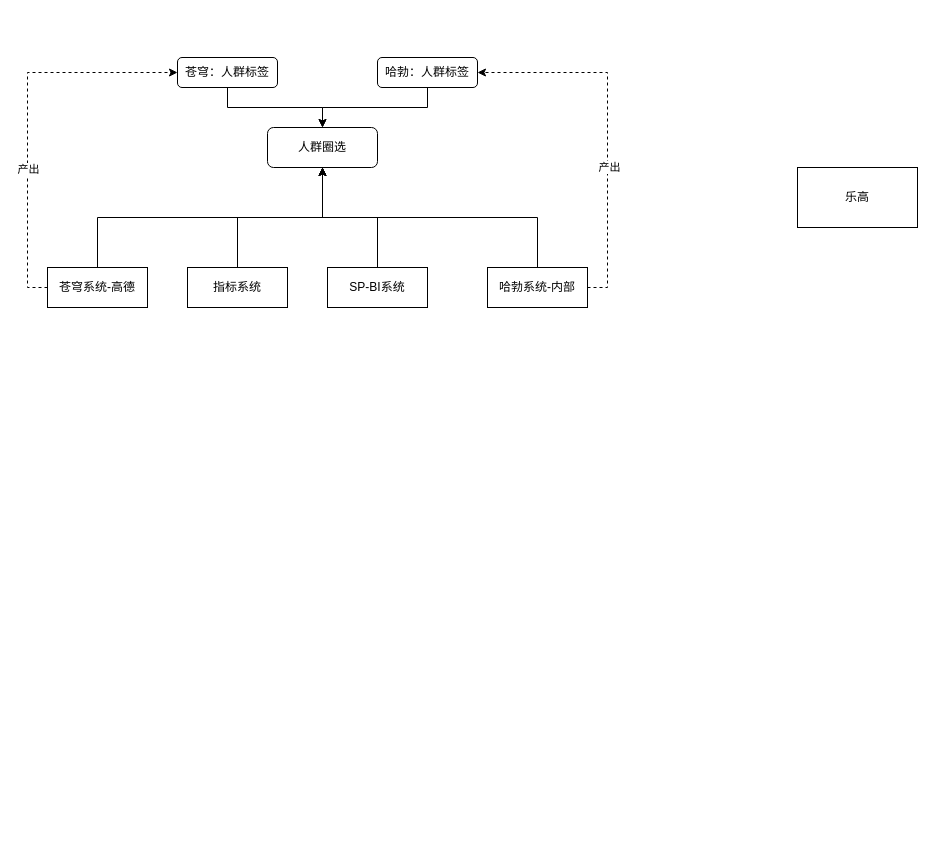
This is 现有架构.drawio from wbbhacker/drawFile, a draw.io file, before an edit. Source tidied: cells renumbered, new cells numbered last; positions are measured from the earlier drawing's top-left corner, leaving out a move shared by most shapes. Both pictures are drawn from the tidied source at 100%, with x=0, y=0 at pixel (47, 57).
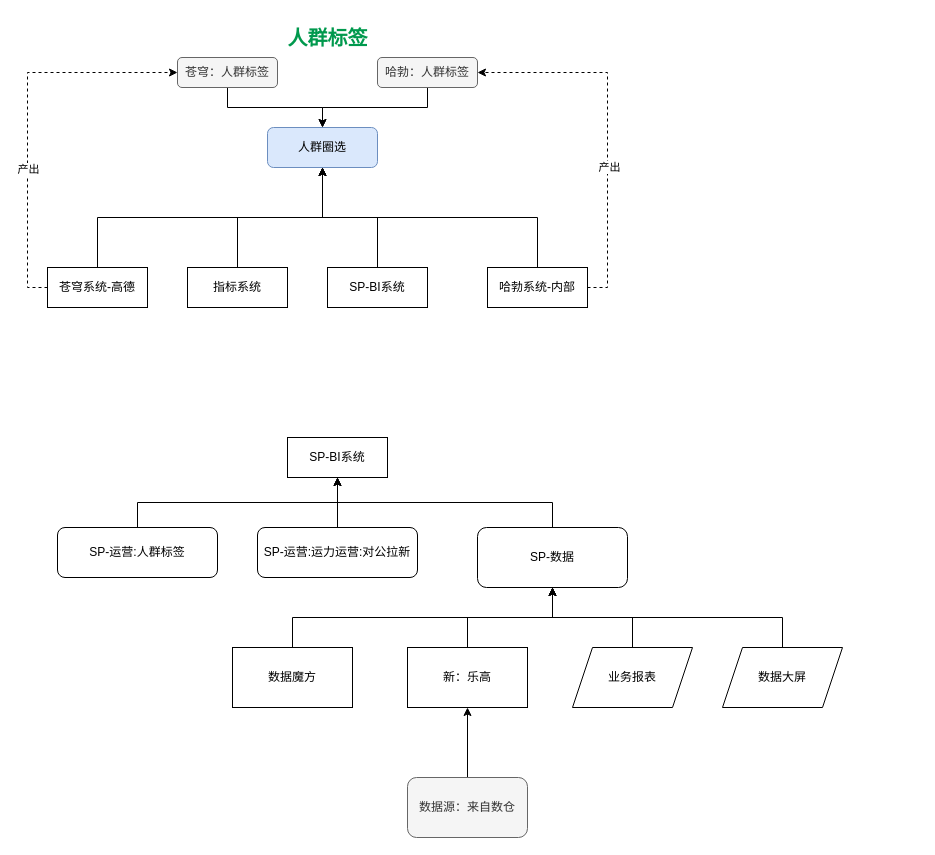
After the change.

Commit message:
更新现有架构.drawio

The edit, as a diff of the source:
```diff
@@
-    <mxCell id="11" value="苍穹：人群标签" style="rounded=1;whiteSpace=wrap;html=1;" parent="1" vertex="1">
+    <mxCell id="11" value="苍穹：人群标签" style="rounded=1;whiteSpace=wrap;html=1;fillColor=#f5f5f5;fontColor=#333333;strokeColor=#666666;" parent="1" vertex="1">
       <mxGeometry x="130" width="100" height="30" as="geometry" />
     </mxCell>
-    <mxCell id="12" value="人群圈选" style="rounded=1;whiteSpace=wrap;html=1;" parent="1" vertex="1">
+    <mxCell id="12" value="人群圈选" style="rounded=1;whiteSpace=wrap;html=1;fillColor=#dae8fc;strokeColor=#6c8ebf;" parent="1" vertex="1">
       <mxGeometry x="220" y="70" width="110" height="40" as="geometry" />
     </mxCell>
@@
-    <mxCell id="18" value="哈勃：人群标签" style="rounded=1;whiteSpace=wrap;html=1;" parent="1" vertex="1">
+    <mxCell id="18" value="哈勃：人群标签" style="rounded=1;whiteSpace=wrap;html=1;fillColor=#f5f5f5;fontColor=#333333;strokeColor=#666666;" parent="1" vertex="1">
       <mxGeometry x="330" width="100" height="30" as="geometry" />
     </mxCell>
+    <mxCell id="21" style="edgeStyle=orthogonalEdgeStyle;rounded=0;jettySize=auto;html=1;exitX=0.5;exitY=0;exitDx=0;exitDy=0;entryX=0.5;entryY=1;entryDx=0;entryDy=0;" parent="1" edge="1" source="19" target="29">
+      <mxGeometry relative="1" as="geometry" />
+    </mxCell>
-    <mxCell id="19" value="乐高" style="rounded=0;whiteSpace=wrap;html=1;" parent="1" vertex="1">
-      <mxGeometry x="750" y="110" width="120" height="60" as="geometry" />
+    <mxCell id="19" value="新：乐高" style="rounded=0;whiteSpace=wrap;html=1;" parent="1" vertex="1">
+      <mxGeometry x="360" y="590" width="120" height="60" as="geometry" />
     </mxCell>
@@
+    <mxCell id="22" style="edgeStyle=orthogonalEdgeStyle;rounded=0;jettySize=auto;html=1;exitX=0.5;exitY=0;exitDx=0;exitDy=0;entryX=0.5;entryY=1;entryDx=0;entryDy=0;" parent="1" edge="1" source="23" target="19">
+      <mxGeometry relative="1" as="geometry" />
+    </mxCell>
+    <mxCell id="23" value="数据源：来自数仓" style="rounded=1;whiteSpace=wrap;html=1;fillColor=#f5f5f5;fontColor=#333333;strokeColor=#666666;" parent="1" vertex="1">
+      <mxGeometry x="360" y="720" width="120" height="60" as="geometry" />
+    </mxCell>
+    <mxCell id="24" style="edgeStyle=orthogonalEdgeStyle;rounded=0;jettySize=auto;html=1;exitX=0.5;exitY=0;exitDx=0;exitDy=0;entryX=0.5;entryY=1;entryDx=0;entryDy=0;" parent="1" edge="1" source="25" target="30">
+      <mxGeometry relative="1" as="geometry" />
+    </mxCell>
+    <mxCell id="25" value="SP-运营:人群标签" style="rounded=1;whiteSpace=wrap;html=1;" parent="1" vertex="1">
+      <mxGeometry x="10" y="470" width="160" height="50" as="geometry" />
+    </mxCell>
+    <mxCell id="26" style="edgeStyle=orthogonalEdgeStyle;rounded=0;jettySize=auto;html=1;exitX=0.5;exitY=0;exitDx=0;exitDy=0;entryX=0.5;entryY=1;entryDx=0;entryDy=0;" parent="1" edge="1" source="27" target="30">
+      <mxGeometry relative="1" as="geometry" />
+    </mxCell>
+    <mxCell id="27" value="SP-运营:运力运营:对公拉新" style="rounded=1;whiteSpace=wrap;html=1;" parent="1" vertex="1">
+      <mxGeometry x="210" y="470" width="160" height="50" as="geometry" />
+    </mxCell>
+    <mxCell id="28" style="edgeStyle=orthogonalEdgeStyle;rounded=0;jettySize=auto;html=1;exitX=0.5;exitY=0;exitDx=0;exitDy=0;entryX=0.5;entryY=1;entryDx=0;entryDy=0;" parent="1" edge="1" source="29" target="30">
+      <mxGeometry relative="1" as="geometry" />
+    </mxCell>
+    <mxCell id="29" value="SP-数据" style="rounded=1;whiteSpace=wrap;html=1;" parent="1" vertex="1">
+      <mxGeometry x="430" y="470" width="150" height="60" as="geometry" />
+    </mxCell>
+    <mxCell id="30" value="SP-BI系统" style="rounded=0;whiteSpace=wrap;html=1;" parent="1" vertex="1">
+      <mxGeometry x="240" y="380" width="100" height="40" as="geometry" />
+    </mxCell>
+    <mxCell id="31" style="edgeStyle=orthogonalEdgeStyle;rounded=0;jettySize=auto;html=1;exitX=0.5;exitY=0;exitDx=0;exitDy=0;entryX=0.5;entryY=1;entryDx=0;entryDy=0;" parent="1" edge="1" source="32" target="29">
+      <mxGeometry relative="1" as="geometry" />
+    </mxCell>
+    <mxCell id="32" value="数据魔方" style="rounded=0;whiteSpace=wrap;html=1;" parent="1" vertex="1">
+      <mxGeometry x="185" y="590" width="120" height="60" as="geometry" />
+    </mxCell>
+    <mxCell id="33" style="edgeStyle=orthogonalEdgeStyle;rounded=0;jettySize=auto;html=1;exitX=0.5;exitY=0;exitDx=0;exitDy=0;entryX=0.5;entryY=1;entryDx=0;entryDy=0;" parent="1" edge="1" source="34" target="29">
+      <mxGeometry relative="1" as="geometry" />
+    </mxCell>
+    <mxCell id="34" value="业务报表" style="shape=parallelogram;perimeter=parallelogramPerimeter;whiteSpace=wrap;html=1;fixedSize=1;" parent="1" vertex="1">
+      <mxGeometry x="525" y="590" width="120" height="60" as="geometry" />
+    </mxCell>
+    <mxCell id="35" style="edgeStyle=orthogonalEdgeStyle;rounded=0;jettySize=auto;html=1;exitX=0.5;exitY=0;exitDx=0;exitDy=0;entryX=0.5;entryY=1;entryDx=0;entryDy=0;" parent="1" edge="1" source="36" target="29">
+      <mxGeometry relative="1" as="geometry" />
+    </mxCell>
+    <mxCell id="36" value="数据大屏" style="shape=parallelogram;perimeter=parallelogramPerimeter;whiteSpace=wrap;html=1;fixedSize=1;" parent="1" vertex="1">
+      <mxGeometry x="675" y="590" width="120" height="60" as="geometry" />
+    </mxCell>
+    <mxCell id="37" value="&lt;b&gt;&lt;font color=&quot;#00994d&quot; style=&quot;font-size: 20px;&quot;&gt;人群标签&lt;/font&gt;&lt;/b&gt;" style="text;html=1;align=center;verticalAlign=middle;strokeColor=none;fillColor=none;" parent="1" vertex="1">
+      <mxGeometry x="230" y="-40" width="100" height="40" as="geometry" />
+    </mxCell>
```
